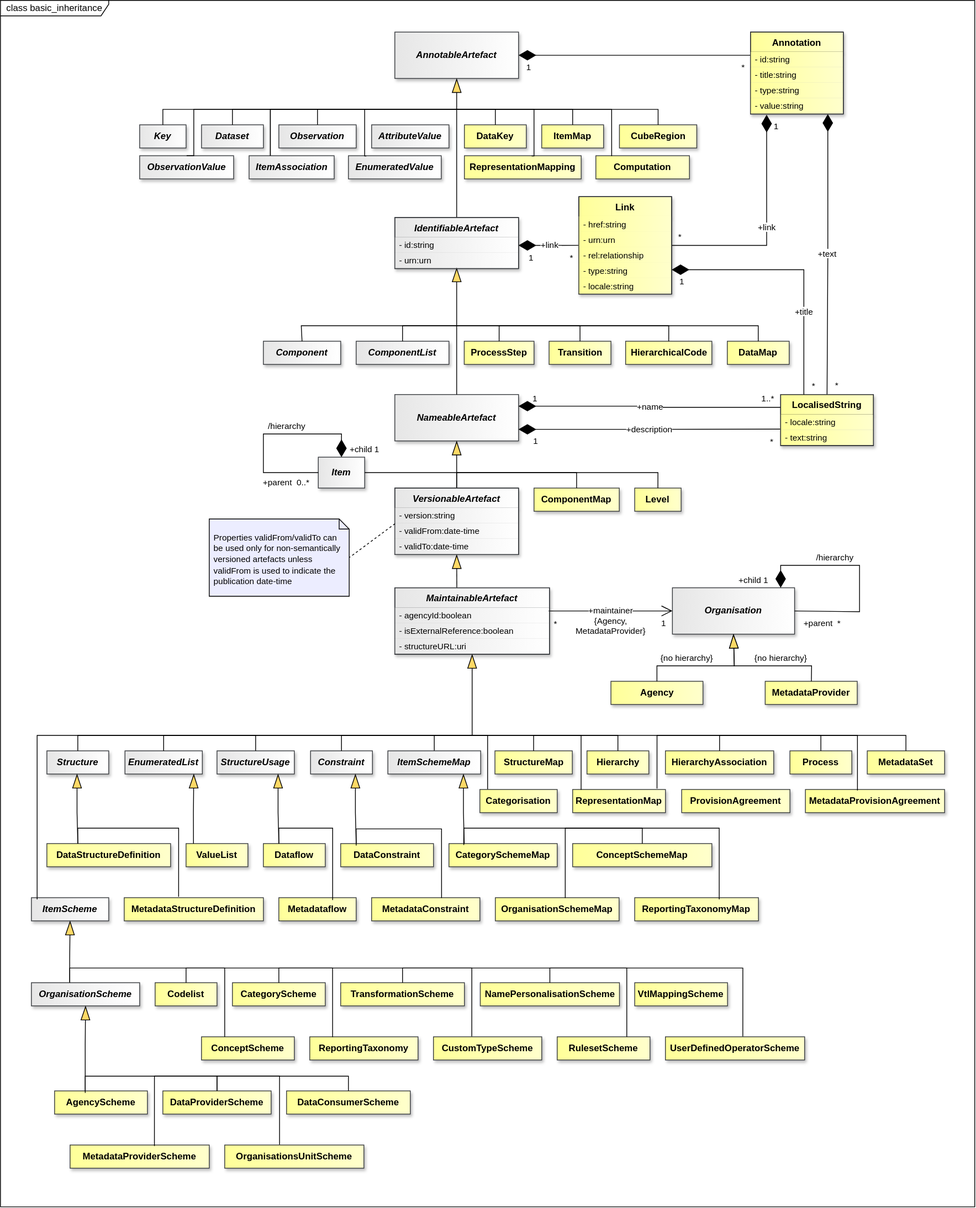
sdmx-twg/sdmx-im keeps this draw.io diagram as docs/information_model/media/sdmx_base-basic_inheritance.svg. Above is the earlier version. Source tidied: cells renumbered, new cells last; positions are measured from the earlier drawing's top-left corner, leaving out a move shared by most shapes.
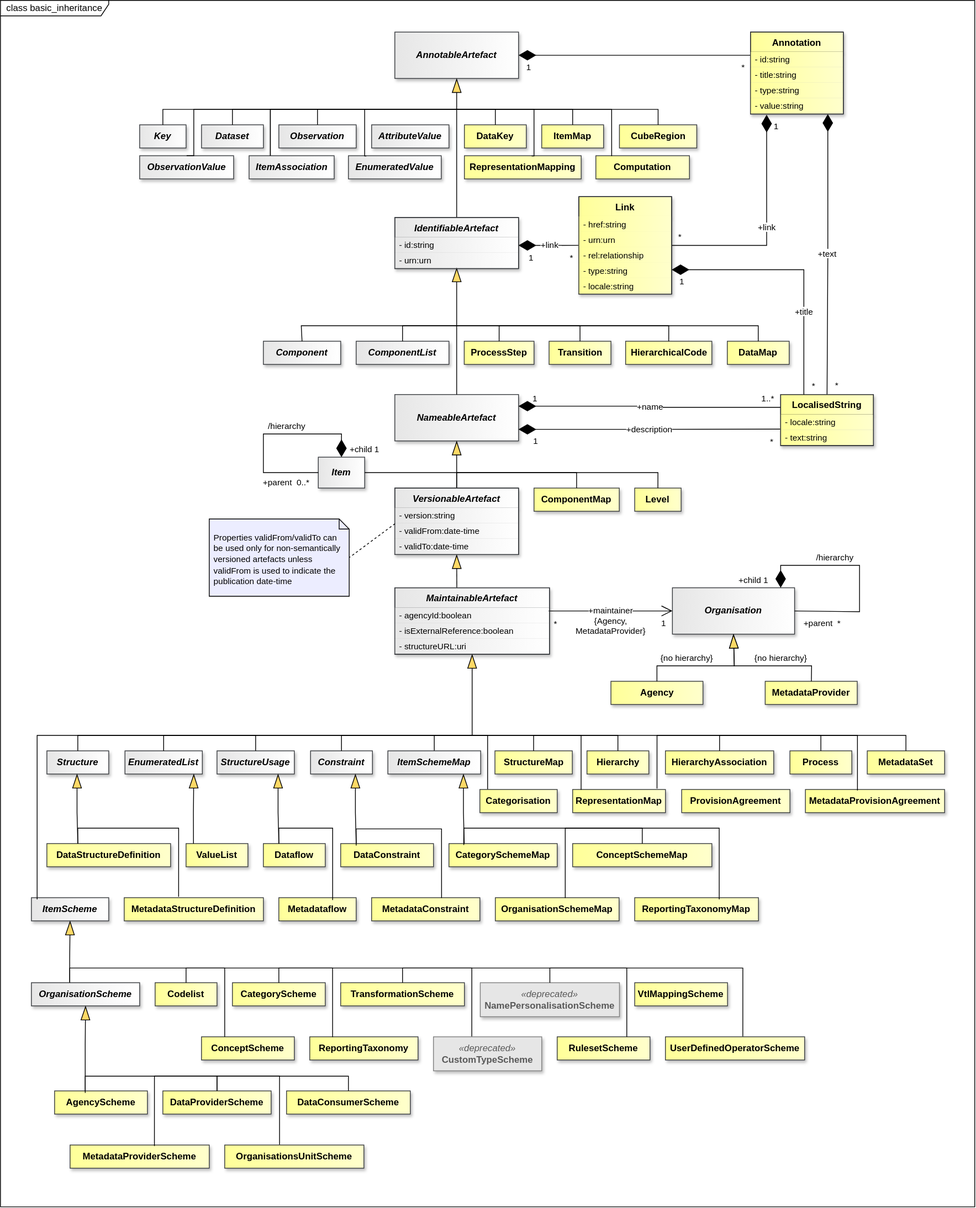
After the commit.

What changed in the source:
```diff
@@ -689,8 +689,8 @@
     <mxCell id="156" value="&lt;span&gt;&lt;span&gt;TransformationScheme&lt;/span&gt;&lt;/span&gt;" style="whiteSpace=wrap;html=1;verticalAlign=middle;gradientDirection=east;imageVerticalAlign=top;fontStyle=1;fillColor=light-dark(#FFFF99,#FFFF99);strokeColor=#36393d;fontColor=light-dark(#000000,#000000);gradientColor=light-dark(#FFFFCC,#FFFFCC);shadow=1;" parent="1" vertex="1">
       <mxGeometry x="440" y="1271" width="160" height="30" as="geometry" />
     </mxCell>
-    <mxCell id="157" value="&lt;span&gt;&lt;span&gt;NamePersonalisationScheme&lt;/span&gt;&lt;/span&gt;" style="whiteSpace=wrap;html=1;verticalAlign=middle;gradientDirection=east;imageVerticalAlign=top;fontStyle=1;fillColor=light-dark(#FFFF99,#FFFF99);strokeColor=#36393d;fontColor=light-dark(#000000,#000000);gradientColor=light-dark(#FFFFCC,#FFFFCC);shadow=1;" parent="1" vertex="1">
-      <mxGeometry x="620.5" y="1271" width="180" height="30" as="geometry" />
+    <mxCell id="157" value="&lt;span style=&quot;font-weight: normal; font-style: italic;&quot;&gt;«deprecated»&lt;/span&gt;&lt;br&gt;NamePersonalisationScheme" style="whiteSpace=wrap;html=1;verticalAlign=middle;imageVerticalAlign=top;fontStyle=1;fillColor=light-dark(#E6E6E6,#E6E6E6);gradientColor=none;strokeColor=#7F7F7F;fontColor=#595959;shadow=1;" parent="1" vertex="1">
+      <mxGeometry x="620.5" y="1271" width="180" height="44" as="geometry" />
     </mxCell>
     <mxCell id="158" value="&lt;span&gt;&lt;span&gt;VtlMappingScheme&lt;/span&gt;&lt;/span&gt;" style="whiteSpace=wrap;html=1;verticalAlign=middle;gradientDirection=east;imageVerticalAlign=top;fontStyle=1;fillColor=light-dark(#FFFF99,#FFFF99);strokeColor=#36393d;fontColor=light-dark(#000000,#000000);gradientColor=light-dark(#FFFFCC,#FFFFCC);shadow=1;" parent="1" vertex="1">
       <mxGeometry x="820.2" y="1271" width="120" height="30" as="geometry" />
@@ -708,8 +708,8 @@
     <mxCell id="161" value="&lt;span&gt;&lt;span&gt;ReportingTaxonomy&lt;/span&gt;&lt;/span&gt;" style="whiteSpace=wrap;html=1;verticalAlign=middle;gradientDirection=east;imageVerticalAlign=top;fontStyle=1;fillColor=light-dark(#FFFF99,#FFFF99);strokeColor=#36393d;fontColor=light-dark(#000000,#000000);gradientColor=light-dark(#FFFFCC,#FFFFCC);shadow=1;" parent="1" vertex="1">
       <mxGeometry x="400" y="1341" width="140" height="30" as="geometry" />
     </mxCell>
-    <mxCell id="162" value="&lt;span&gt;&lt;span&gt;CustomTypeScheme&lt;/span&gt;&lt;/span&gt;" style="whiteSpace=wrap;html=1;verticalAlign=middle;gradientDirection=east;imageVerticalAlign=top;fontStyle=1;fillColor=light-dark(#FFFF99,#FFFF99);strokeColor=#36393d;fontColor=light-dark(#000000,#000000);gradientColor=light-dark(#FFFFCC,#FFFFCC);shadow=1;" parent="1" vertex="1">
-      <mxGeometry x="560" y="1341" width="140" height="30" as="geometry" />
+    <mxCell id="162" value="&lt;span style=&quot;font-weight: normal; font-style: italic;&quot;&gt;«deprecated»&lt;/span&gt;&lt;br&gt;CustomTypeScheme" style="whiteSpace=wrap;html=1;verticalAlign=middle;imageVerticalAlign=top;fontStyle=1;fillColor=light-dark(#E6E6E6,#E6E6E6);gradientColor=none;strokeColor=#7F7F7F;fontColor=#595959;shadow=1;" parent="1" vertex="1">
+      <mxGeometry x="560" y="1341" width="140" height="44" as="geometry" />
     </mxCell>
     <mxCell id="163" value="&lt;span&gt;&lt;span&gt;RulesetScheme&lt;/span&gt;&lt;/span&gt;" style="whiteSpace=wrap;html=1;verticalAlign=middle;gradientDirection=east;imageVerticalAlign=top;fontStyle=1;fillColor=light-dark(#FFFF99,#FFFF99);strokeColor=#36393d;fontColor=light-dark(#000000,#000000);gradientColor=light-dark(#FFFFCC,#FFFFCC);shadow=1;" parent="1" vertex="1">
       <mxGeometry x="720" y="1341" width="120" height="30" as="geometry" />
```
